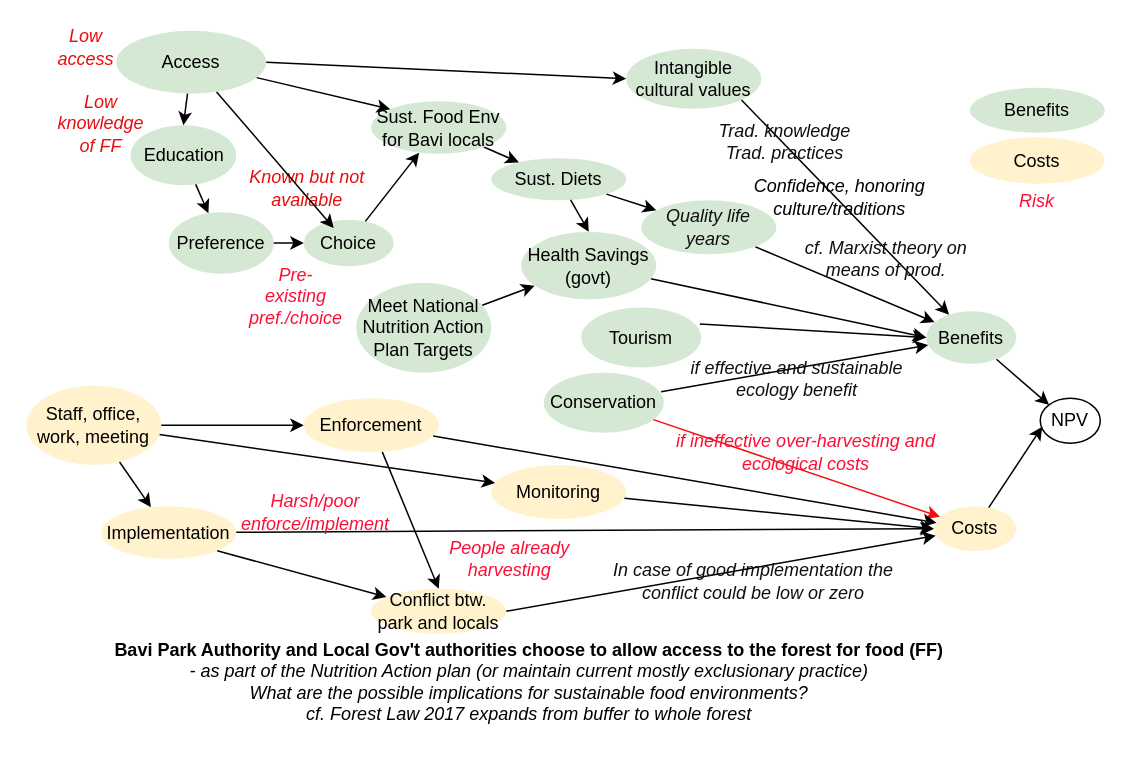
The draw.io diagram Untitled Diagram.drawio in CWWhitney/bavi-forest-access, before the edit. Source tidied: cells renumbered, new cells numbered last; positions are measured from the earlier drawing's top-left corner, leaving out a move shared by most shapes. Both pictures are drawn from the tidied source at 150%, with x=0, y=0 at pixel (26, 30).
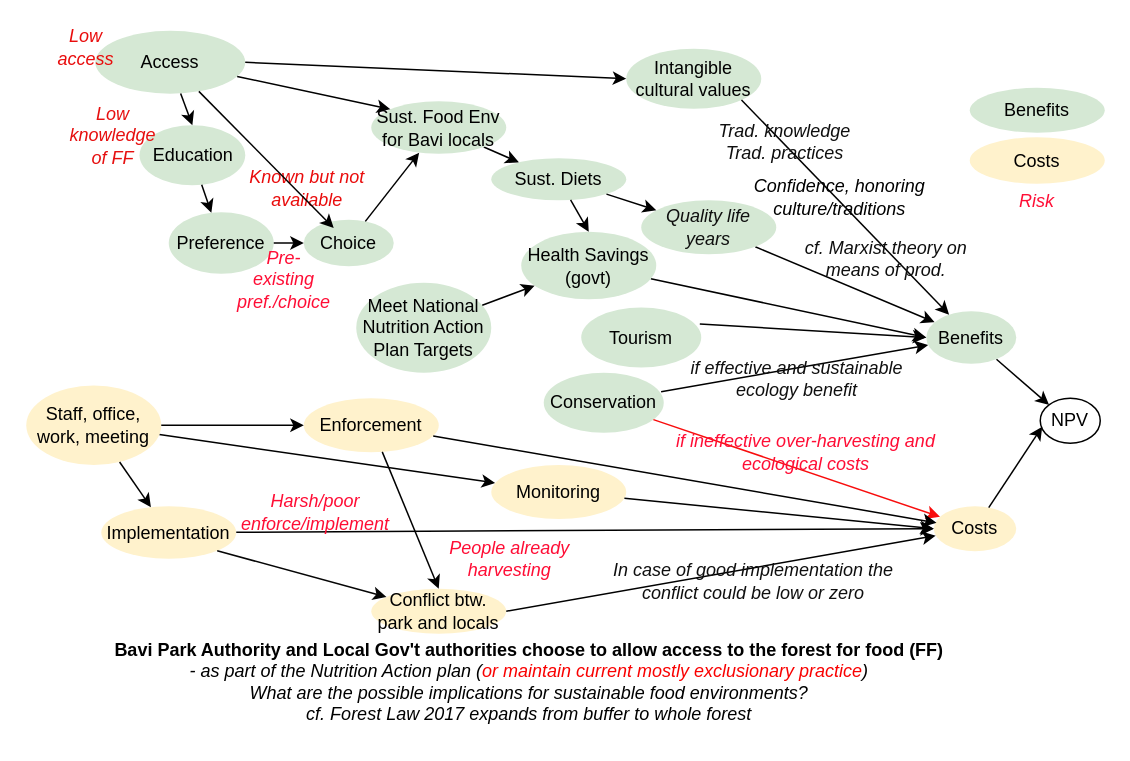
The same page after the edit.

Commit message:
add red text

Diff of the diagram source:
```diff
@@
     <mxCell id="12" value="Access" style="ellipse;whiteSpace=wrap;html=1;fillColor=#d5e8d4;strokeColor=none;" parent="1" vertex="1">
-      <mxGeometry x="60" width="100" height="42" as="geometry" />
+      <mxGeometry x="46" width="100" height="42" as="geometry" />
     </mxCell>
@@
-    <mxCell id="26" value="&lt;b&gt;Bavi Park Authority and Local Gov't authorities choose to allow access to the forest for food (FF) &lt;/b&gt;&lt;br&gt;&lt;i style=&quot;&quot;&gt;- as part of the Nutrition Action plan (or maintain current mostly exclusionary practice)&lt;/i&gt;&lt;div&gt;&lt;i&gt;What are the possible implications for sustainable food environments?&lt;/i&gt;&lt;/div&gt;&lt;div&gt;&lt;i&gt;cf. Forest Law 2017 expands from buffer to whole forest&lt;/i&gt;&lt;/div&gt;" style="text;html=1;align=center;verticalAlign=middle;strokeColor=none;fillColor=none;" parent="1" vertex="1">
+    <mxCell id="26" value="&lt;b&gt;Bavi Park Authority and Local Gov't authorities choose to allow access to the forest for food (FF) &lt;/b&gt;&lt;br&gt;&lt;i style=&quot;&quot;&gt;- as part of the Nutrition Action plan (&lt;font color=&quot;#f90101&quot;&gt;or maintain current mostly exclusionary practice&lt;/font&gt;)&lt;/i&gt;&lt;div&gt;&lt;i&gt;What are the possible implications for sustainable food environments?&lt;/i&gt;&lt;/div&gt;&lt;div&gt;&lt;i&gt;cf. Forest Law 2017 expands from buffer to whole forest&lt;/i&gt;&lt;/div&gt;" style="text;html=1;align=center;verticalAlign=middle;strokeColor=none;fillColor=none;" parent="1" vertex="1">
       <mxGeometry x="45" y="399" width="580" height="70" as="geometry" />
     </mxCell>
-    <mxCell id="27" value="Low knowledge of FF" style="text;html=1;align=center;verticalAlign=middle;whiteSpace=wrap;rounded=0;fontStyle=2;fontColor=#e60f0f;" parent="1" vertex="1">
-      <mxGeometry x="20" y="42" width="60" height="40" as="geometry" />
-    </mxCell>
@@
     <mxCell id="29" value="Pre-existing pref./choice" style="text;html=1;align=center;verticalAlign=middle;whiteSpace=wrap;rounded=0;fontColor=#FF0D35;fontStyle=2;" parent="1" vertex="1">
-      <mxGeometry x="150" y="157" width="60" height="40" as="geometry" />
+      <mxGeometry x="142" y="146" width="60" height="40" as="geometry" />
     </mxCell>
@@
     <mxCell id="61" value="Education" style="ellipse;whiteSpace=wrap;html=1;fillColor=#d5e8d4;strokeColor=none;" parent="1" vertex="1">
-      <mxGeometry x="69.5" y="63" width="70.5" height="40" as="geometry" />
+      <mxGeometry x="75.5" y="63" width="70.5" height="40" as="geometry" />
     </mxCell>
@@
+    <mxCell id="27" value="Low knowledge of FF" style="text;html=1;align=center;verticalAlign=middle;whiteSpace=wrap;rounded=0;fontStyle=2;fontColor=#e60f0f;" parent="1" vertex="1">
+      <mxGeometry x="28" y="50" width="60" height="40" as="geometry" />
+    </mxCell>
```
